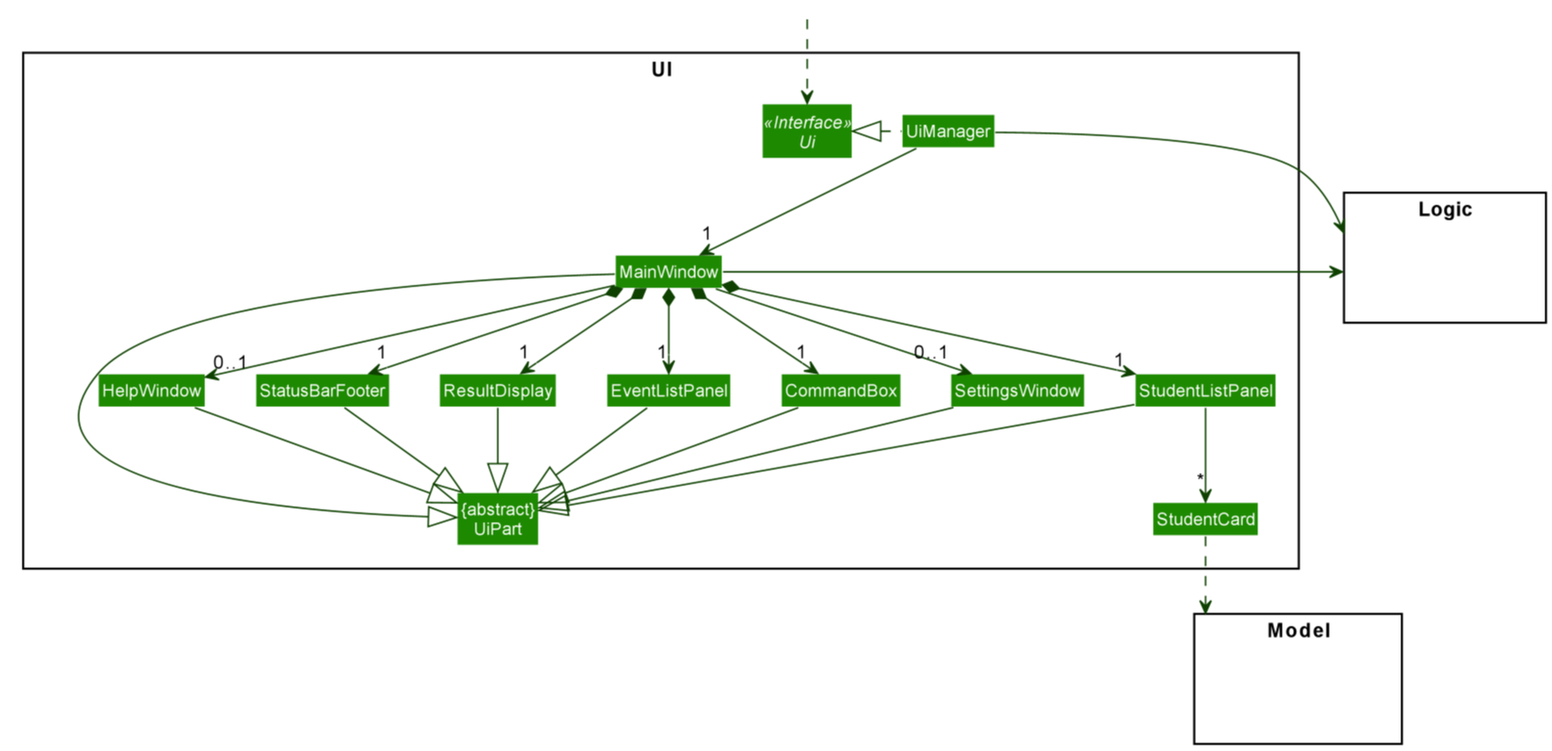
This is docs/images/UiClassDiagram.png from wowsiddanth/tp, a PlantUML export, as it was before one commit. Its source is kept beside it as docs/diagrams/UiClassDiagram.puml.
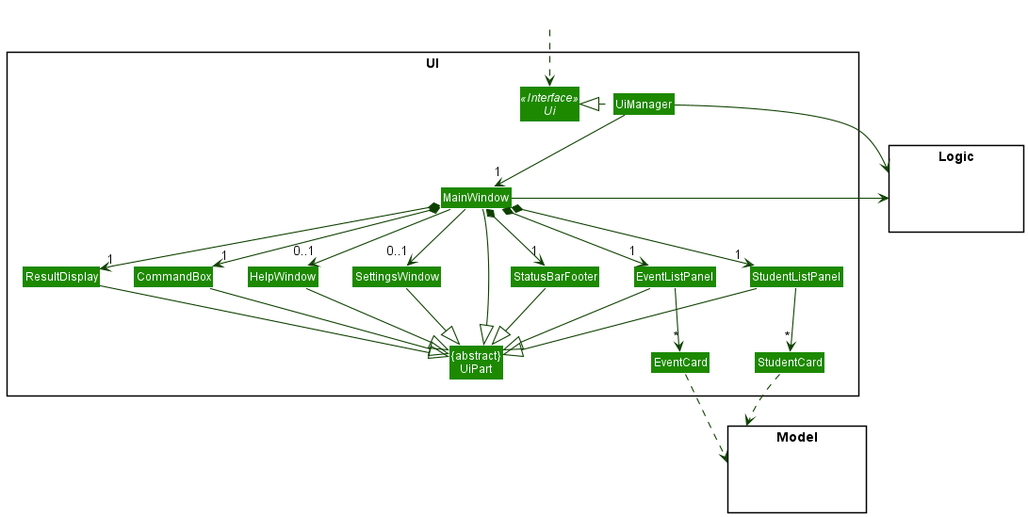
The same file after the commit.

Commit message:
Add EventCard to UML diagram

The edit, as a diff of the source:
```diff
@@ -15,6 +15,7 @@
 Class StudentListPanel
 Class EventListPanel
 Class StudentCard
+Class EventCard
 Class StatusBarFooter
 Class CommandBox
 }
@@ -41,6 +42,7 @@
 MainWindow -down-> "0..1" SettingsWindow
 
 StudentListPanel -down-> "*" StudentCard
+EventListPanel -down-> "*" EventCard
 
 MainWindow -left-|> UiPart
 
@@ -52,6 +54,7 @@
 SettingsWindow --|> UiPart
 HelpWindow --|> UiPart
 
+EventCard ..> Model
 StudentCard ..> Model
 UiManager -right-> Logic
 MainWindow -left-> Logic
```
